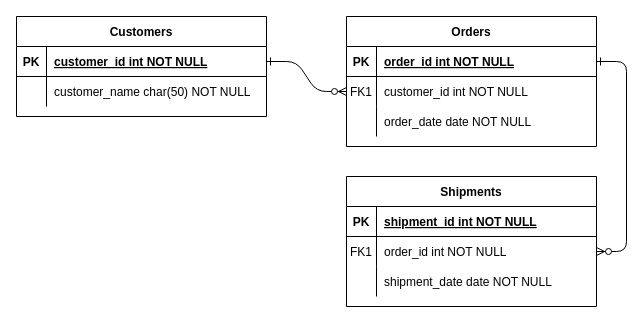
Before: src/api/未命名绘图.drawio in Lflying-NRSoft/vue-empty, a draw.io diagram. Source tidied: cells renumbered, new cells numbered last; positions are measured from the earlier drawing's top-left corner, leaving out a move shared by most shapes. Both pictures are drawn from the tidied source at 100%, with x=0, y=0 at pixel (16, 16).
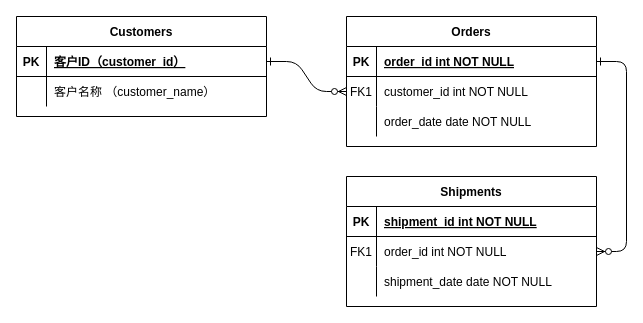
The same page after the edit.

Unchanged cells that the change refers to:
```xml
<mxCell id="25" style="shape=partialRectangle;fillColor=none;points=[[0,0.5],[1,0.5]];portConstraint=eastwest;top=0;left=0;right=0;bottom=1;" parent="24" vertex="1">
  <mxGeometry y="30" width="250" height="30" as="geometry" />
</mxCell>
<mxCell id="28" style="shape=partialRectangle;fillColor=none;top=0;left=0;right=0;bottom=0;" parent="24" vertex="1">
  <mxGeometry y="60" width="250" height="30" as="geometry" />
</mxCell>
```

Diff of the diagram source:
```diff
@@
-    <mxCell id="27" value="customer_id int NOT NULL " style="shape=partialRectangle;overflow=hidden;fillColor=none;top=0;left=0;bottom=0;right=0;align=left;spacingLeft=6;fontStyle=5;" parent="25" vertex="1">
+    <mxCell id="27" value="客户ID（customer_id）" style="shape=partialRectangle;overflow=hidden;fillColor=none;top=0;left=0;bottom=0;right=0;align=left;spacingLeft=6;fontStyle=5;" parent="25" vertex="1">
       <mxGeometry x="30" width="220" height="30" as="geometry" />
     </mxCell>
@@
-    <mxCell id="30" value="customer_name char(50) NOT NULL" style="shape=partialRectangle;overflow=hidden;fillColor=none;top=0;left=0;bottom=0;right=0;align=left;spacingLeft=6;" parent="28" vertex="1">
+    <mxCell id="30" value="客户名称 （customer_name）" style="shape=partialRectangle;overflow=hidden;fillColor=none;top=0;left=0;bottom=0;right=0;align=left;spacingLeft=6;" parent="28" vertex="1">
       <mxGeometry x="30" width="220" height="30" as="geometry" />
     </mxCell>
```
